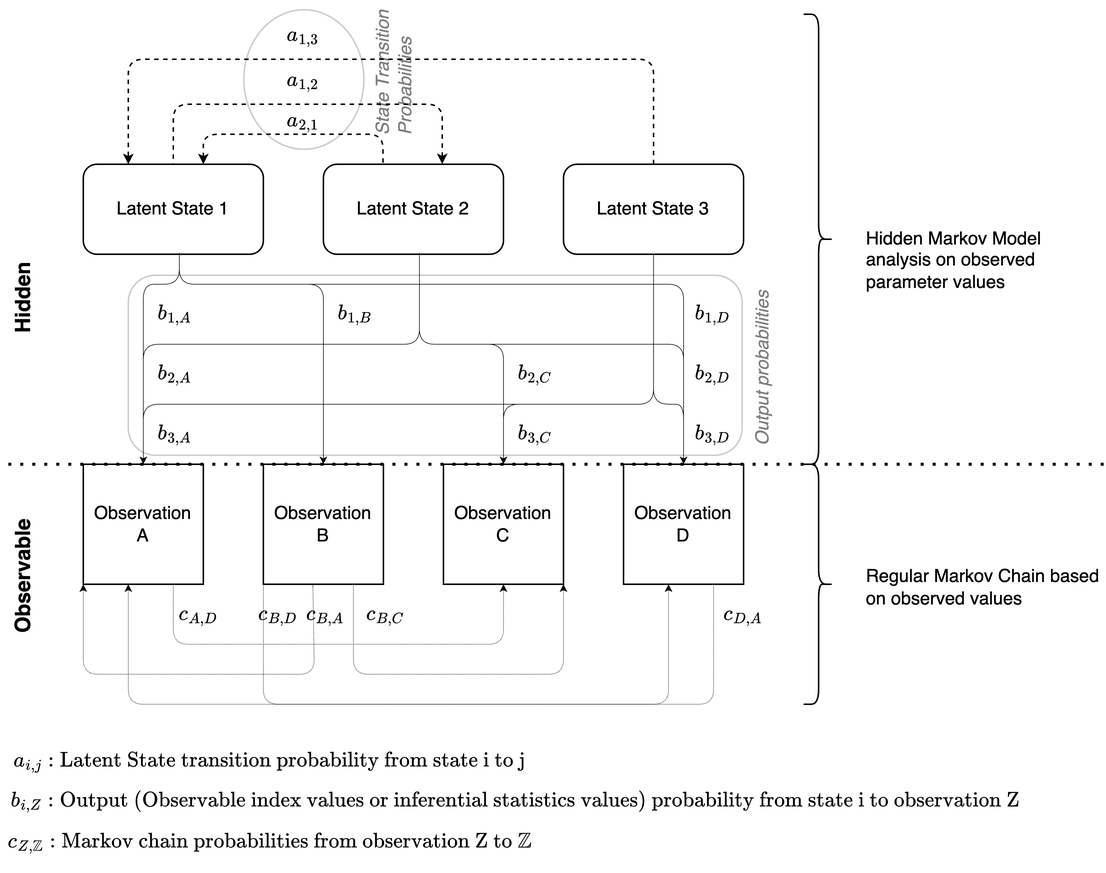
Before: public/images/HiddenMarkov.png, a diagram exported from draw.io (christopheraung/portfolio). Source tidied: cells renumbered, new cells last; positions are measured from the earlier drawing's top-left corner, leaving out a move shared by most shapes. The source it was exported from:
```xml
<mxGraphModel math="1">
  <root>
    <mxCell id="0" />
    <mxCell id="1" parent="0" />
    <mxCell id="2" value="Latent State 1" style="rounded=1;whiteSpace=wrap;html=1;" parent="1" vertex="1">
      <mxGeometry x="90" y="101" width="120" height="60" as="geometry" />
    </mxCell>
    <mxCell id="3" value="Latent State 2" style="rounded=1;whiteSpace=wrap;html=1;" parent="1" vertex="1">
      <mxGeometry x="250" y="101" width="120" height="60" as="geometry" />
    </mxCell>
    <mxCell id="4" style="edgeStyle=orthogonalEdgeStyle;rounded=1;jettySize=auto;html=1;entryX=0.25;entryY=0;entryDx=0;entryDy=0;curved=0;startSize=3.937;endSize=3.937;dashed=1;exitX=0.5;exitY=0;exitDx=0;exitDy=0;" parent="1" edge="1" source="6" target="2">
      <mxGeometry relative="1" as="geometry">
        <Array as="points">
          <mxPoint x="470" y="31" />
          <mxPoint x="120" y="31" />
        </Array>
      </mxGeometry>
    </mxCell>
    <mxCell id="5" style="edgeStyle=orthogonalEdgeStyle;rounded=1;jettySize=auto;html=1;entryX=0.5;entryY=0;entryDx=0;entryDy=0;strokeWidth=0.3937;endSize=3.937;startSize=3.937;exitX=0.5;exitY=1;exitDx=0;exitDy=0;curved=0;" parent="1" edge="1" source="6" target="15">
      <mxGeometry relative="1" as="geometry">
        <Array as="points">
          <mxPoint x="470" y="261" />
          <mxPoint x="490" y="261" />
        </Array>
      </mxGeometry>
    </mxCell>
    <mxCell id="6" value="Latent State 3" style="rounded=1;whiteSpace=wrap;html=1;" parent="1" vertex="1">
      <mxGeometry x="410" y="101" width="120" height="60" as="geometry" />
    </mxCell>
    <mxCell id="7" style="edgeStyle=orthogonalEdgeStyle;rounded=1;jettySize=auto;html=1;entryX=0.672;entryY=0.006;entryDx=0;entryDy=0;curved=0;startSize=3.937;endSize=3.937;dashed=1;exitX=0.331;exitY=-0.017;exitDx=0;exitDy=0;entryPerimeter=0;exitPerimeter=0;" parent="1" edge="1" source="3" target="2">
      <mxGeometry relative="1" as="geometry">
        <Array as="points">
          <mxPoint x="290" y="81" />
          <mxPoint x="170" y="81" />
          <mxPoint x="170" y="101" />
          <mxPoint x="171" y="101" />
        </Array>
      </mxGeometry>
    </mxCell>
    <mxCell id="8" style="edgeStyle=orthogonalEdgeStyle;rounded=1;jettySize=auto;html=1;curved=0;startSize=3.937;endSize=3.937;dashed=1;exitX=0.66;exitY=-0.002;exitDx=0;exitDy=0;exitPerimeter=0;entryX=0.5;entryY=0;entryDx=0;entryDy=0;startArrow=classic;startFill=1;endArrow=none;endFill=0;" parent="1" edge="1" source="3" target="2">
      <mxGeometry relative="1" as="geometry">
        <Array as="points">
          <mxPoint x="329" y="61" />
          <mxPoint x="150" y="61" />
        </Array>
      </mxGeometry>
    </mxCell>
    <mxCell id="9" value="$$a_{1,2}$$" style="text;html=1;align=center;verticalAlign=middle;whiteSpace=wrap;rounded=0;" parent="1" vertex="1">
      <mxGeometry x="207" y="30" width="60" height="30" as="geometry" />
    </mxCell>
    <mxCell id="10" value="$$a_{2,1}$$" style="text;html=1;align=center;verticalAlign=middle;whiteSpace=wrap;rounded=0;" parent="1" vertex="1">
      <mxGeometry x="207" y="57" width="60" height="30" as="geometry" />
    </mxCell>
    <mxCell id="11" value="$$a_{1,3}$$" style="text;html=1;align=center;verticalAlign=middle;whiteSpace=wrap;rounded=0;" parent="1" vertex="1">
      <mxGeometry x="207" width="60" height="30" as="geometry" />
    </mxCell>
    <mxCell id="12" value="Observation&lt;div&gt;A&lt;/div&gt;" style="whiteSpace=wrap;html=1;" parent="1" vertex="1">
      <mxGeometry x="90" y="301" width="80" height="80" as="geometry" />
    </mxCell>
    <mxCell id="13" value="Observation&lt;div&gt;B&lt;/div&gt;" style="whiteSpace=wrap;html=1;" parent="1" vertex="1">
      <mxGeometry x="210" y="301" width="80" height="80" as="geometry" />
    </mxCell>
    <mxCell id="14" value="Observation&lt;div&gt;C&lt;/div&gt;" style="whiteSpace=wrap;html=1;" parent="1" vertex="1">
      <mxGeometry x="330" y="301" width="80" height="80" as="geometry" />
    </mxCell>
    <mxCell id="15" value="Observation&lt;div&gt;D&lt;/div&gt;" style="whiteSpace=wrap;html=1;" parent="1" vertex="1">
      <mxGeometry x="450" y="301" width="80" height="80" as="geometry" />
    </mxCell>
    <mxCell id="16" style="edgeStyle=orthogonalEdgeStyle;rounded=1;jettySize=auto;html=1;entryX=0.5;entryY=0;entryDx=0;entryDy=0;strokeWidth=0.3937;endSize=3.937;startSize=3.937;exitX=0.5;exitY=1;exitDx=0;exitDy=0;curved=0;" parent="1" edge="1" source="6" target="14">
      <mxGeometry relative="1" as="geometry">
        <Array as="points">
          <mxPoint x="470" y="261" />
          <mxPoint x="370" y="261" />
        </Array>
      </mxGeometry>
    </mxCell>
    <mxCell id="17" style="edgeStyle=orthogonalEdgeStyle;rounded=1;jettySize=auto;html=1;entryX=0.5;entryY=0;entryDx=0;entryDy=0;strokeWidth=0.3937;endSize=3.937;startSize=3.937;exitX=0.5;exitY=1;exitDx=0;exitDy=0;curved=0;" parent="1" edge="1" source="6" target="12">
      <mxGeometry relative="1" as="geometry">
        <Array as="points">
          <mxPoint x="470" y="261" />
          <mxPoint x="130" y="261" />
        </Array>
      </mxGeometry>
    </mxCell>
    <mxCell id="18" style="edgeStyle=orthogonalEdgeStyle;rounded=1;jettySize=auto;html=1;entryX=0.5;entryY=0;entryDx=0;entryDy=0;strokeWidth=0.3937;endSize=3.937;startSize=3.937;exitX=0.665;exitY=0.988;exitDx=0;exitDy=0;curved=0;exitPerimeter=0;" parent="1" edge="1" target="14">
      <mxGeometry relative="1" as="geometry">
        <mxPoint x="314" y="160" as="sourcePoint" />
        <Array as="points">
          <mxPoint x="314" y="221" />
          <mxPoint x="370" y="221" />
        </Array>
      </mxGeometry>
    </mxCell>
    <mxCell id="19" style="edgeStyle=orthogonalEdgeStyle;rounded=1;orthogonalLoop=1;jettySize=auto;html=1;entryX=0.5;entryY=0;entryDx=0;entryDy=0;strokeWidth=0.3937;endSize=3.937;startSize=3.937;exitX=0.665;exitY=0.988;exitDx=0;exitDy=0;curved=0;exitPerimeter=0;" parent="1" edge="1">
      <mxGeometry relative="1" as="geometry">
        <mxPoint x="314" y="160" as="sourcePoint" />
        <mxPoint x="490" y="301" as="targetPoint" />
        <Array as="points">
          <mxPoint x="314" y="221" />
          <mxPoint x="490" y="221" />
        </Array>
      </mxGeometry>
    </mxCell>
    <mxCell id="20" style="edgeStyle=orthogonalEdgeStyle;rounded=1;jettySize=auto;html=1;entryX=0.5;entryY=0;entryDx=0;entryDy=0;strokeWidth=0.3937;endSize=3.937;startSize=3.937;exitX=0.665;exitY=0.988;exitDx=0;exitDy=0;curved=0;exitPerimeter=0;" parent="1" edge="1" target="12">
      <mxGeometry relative="1" as="geometry">
        <mxPoint x="314" y="160" as="sourcePoint" />
        <Array as="points">
          <mxPoint x="314" y="221" />
          <mxPoint x="130" y="221" />
        </Array>
      </mxGeometry>
    </mxCell>
    <mxCell id="21" style="edgeStyle=orthogonalEdgeStyle;rounded=1;jettySize=auto;html=1;entryX=0.5;entryY=0;entryDx=0;entryDy=0;strokeWidth=0.3937;endSize=3.937;startSize=3.937;exitX=0.665;exitY=0.988;exitDx=0;exitDy=0;curved=0;exitPerimeter=0;" parent="1" edge="1" target="12">
      <mxGeometry relative="1" as="geometry">
        <mxPoint x="154" y="160" as="sourcePoint" />
        <Array as="points">
          <mxPoint x="154" y="181" />
          <mxPoint x="130" y="181" />
        </Array>
      </mxGeometry>
    </mxCell>
    <mxCell id="22" style="edgeStyle=orthogonalEdgeStyle;rounded=1;jettySize=auto;html=1;entryX=0.5;entryY=0;entryDx=0;entryDy=0;strokeWidth=0.3937;endSize=3.937;startSize=3.937;exitX=0.665;exitY=0.988;exitDx=0;exitDy=0;curved=0;exitPerimeter=0;" parent="1" edge="1" target="13">
      <mxGeometry relative="1" as="geometry">
        <mxPoint x="154" y="160" as="sourcePoint" />
        <Array as="points">
          <mxPoint x="154" y="181" />
          <mxPoint x="250" y="181" />
        </Array>
      </mxGeometry>
    </mxCell>
    <mxCell id="23" style="edgeStyle=orthogonalEdgeStyle;rounded=1;jettySize=auto;html=1;strokeWidth=0.3937;endSize=3.937;startSize=3.937;exitX=0.665;exitY=0.988;exitDx=0;exitDy=0;curved=0;exitPerimeter=0;entryX=0.5;entryY=0;entryDx=0;entryDy=0;" parent="1" edge="1" target="15">
      <mxGeometry relative="1" as="geometry">
        <mxPoint x="154" y="160" as="sourcePoint" />
        <Array as="points">
          <mxPoint x="154" y="181" />
          <mxPoint x="490" y="181" />
        </Array>
      </mxGeometry>
    </mxCell>
    <mxCell id="24" value="$$b_{1,A}$$" style="text;html=1;align=center;verticalAlign=middle;whiteSpace=wrap;rounded=0;" parent="1" vertex="1">
      <mxGeometry x="121" y="186" width="60" height="30" as="geometry" />
    </mxCell>
    <mxCell id="25" value="$$b_{1,B}$$" style="text;html=1;align=center;verticalAlign=middle;whiteSpace=wrap;rounded=0;" parent="1" vertex="1">
      <mxGeometry x="241" y="186" width="60" height="30" as="geometry" />
    </mxCell>
    <mxCell id="26" value="$$b_{1,D}$$" style="text;html=1;align=center;verticalAlign=middle;whiteSpace=wrap;rounded=0;" parent="1" vertex="1">
      <mxGeometry x="480" y="186" width="60" height="30" as="geometry" />
    </mxCell>
    <mxCell id="27" value="$$b_{2,D}$$" style="text;html=1;align=center;verticalAlign=middle;whiteSpace=wrap;rounded=0;" parent="1" vertex="1">
      <mxGeometry x="480" y="226" width="60" height="30" as="geometry" />
    </mxCell>
    <mxCell id="28" value="$$b_{3,D}$$" style="text;html=1;align=center;verticalAlign=middle;whiteSpace=wrap;rounded=0;" parent="1" vertex="1">
      <mxGeometry x="480" y="266" width="60" height="30" as="geometry" />
    </mxCell>
    <mxCell id="29" value="$$b_{2,C}$$" style="text;html=1;align=center;verticalAlign=middle;whiteSpace=wrap;rounded=0;" parent="1" vertex="1">
      <mxGeometry x="361" y="226" width="60" height="30" as="geometry" />
    </mxCell>
    <mxCell id="30" value="$$b_{3,C}$$" style="text;html=1;align=center;verticalAlign=middle;whiteSpace=wrap;rounded=0;" parent="1" vertex="1">
      <mxGeometry x="361" y="266" width="60" height="30" as="geometry" />
    </mxCell>
    <mxCell id="31" value="$$b_{3,A}$$" style="text;html=1;align=center;verticalAlign=middle;whiteSpace=wrap;rounded=0;" parent="1" vertex="1">
      <mxGeometry x="121" y="266" width="60" height="30" as="geometry" />
    </mxCell>
    <mxCell id="32" value="$$b_{2,A}$$" style="text;html=1;align=center;verticalAlign=middle;whiteSpace=wrap;rounded=0;" parent="1" vertex="1">
      <mxGeometry x="121" y="226" width="60" height="30" as="geometry" />
    </mxCell>
    <mxCell id="33" style="edgeStyle=orthogonalEdgeStyle;rounded=1;jettySize=auto;html=1;entryX=0.5;entryY=1;entryDx=0;entryDy=0;strokeWidth=0.3937;endSize=3.937;startSize=3.937;exitX=0.75;exitY=1;exitDx=0;exitDy=0;curved=0;dashed=1;dashPattern=1 1;" parent="1" edge="1" source="12" target="14">
      <mxGeometry relative="1" as="geometry">
        <Array as="points">
          <mxPoint x="150" y="421" />
          <mxPoint x="370" y="421" />
        </Array>
      </mxGeometry>
    </mxCell>
    <mxCell id="34" style="edgeStyle=orthogonalEdgeStyle;rounded=1;orthogonalLoop=1;jettySize=auto;html=1;entryX=0.75;entryY=1;entryDx=0;entryDy=0;strokeWidth=0.3937;endSize=3.937;startSize=3.937;exitX=0.5;exitY=1;exitDx=0;exitDy=0;curved=0;dashed=1;dashPattern=1 1;" parent="1" edge="1">
      <mxGeometry relative="1" as="geometry">
        <mxPoint x="270" y="381" as="sourcePoint" />
        <mxPoint x="410" y="381" as="targetPoint" />
        <Array as="points">
          <mxPoint x="270" y="441" />
          <mxPoint x="410" y="441" />
        </Array>
      </mxGeometry>
    </mxCell>
    <mxCell id="35" style="edgeStyle=orthogonalEdgeStyle;rounded=1;jettySize=auto;html=1;entryX=0;entryY=1;entryDx=0;entryDy=0;strokeWidth=0.3937;endSize=3.937;startSize=3.937;exitX=0.362;exitY=1.021;exitDx=0;exitDy=0;curved=0;dashed=1;dashPattern=1 1;exitPerimeter=0;" parent="1" edge="1" target="12">
      <mxGeometry relative="1" as="geometry">
        <mxPoint x="243" y="382.7" as="sourcePoint" />
        <Array as="points">
          <mxPoint x="243" y="381" />
          <mxPoint x="244" y="381" />
          <mxPoint x="244" y="441" />
          <mxPoint x="90" y="441" />
        </Array>
      </mxGeometry>
    </mxCell>
    <mxCell id="36" style="edgeStyle=orthogonalEdgeStyle;rounded=1;orthogonalLoop=1;jettySize=auto;html=1;entryX=0.5;entryY=1;entryDx=0;entryDy=0;strokeWidth=0.3937;endSize=3.937;startSize=3.937;exitX=0.5;exitY=1;exitDx=0;exitDy=0;curved=0;dashed=1;dashPattern=1 1;" parent="1" edge="1">
      <mxGeometry relative="1" as="geometry">
        <mxPoint x="210" y="381" as="sourcePoint" />
        <mxPoint x="480" y="381" as="targetPoint" />
        <Array as="points">
          <mxPoint x="210" y="461" />
          <mxPoint x="480" y="461" />
        </Array>
      </mxGeometry>
    </mxCell>
    <mxCell id="37" style="edgeStyle=orthogonalEdgeStyle;rounded=1;orthogonalLoop=1;jettySize=auto;html=1;entryX=0.5;entryY=1;entryDx=0;entryDy=0;strokeWidth=0.3937;endSize=3.937;startSize=3.937;curved=0;dashed=1;dashPattern=1 1;endArrow=none;endFill=0;startArrow=classic;startFill=1;" parent="1" edge="1">
      <mxGeometry relative="1" as="geometry">
        <mxPoint x="120" y="381" as="sourcePoint" />
        <mxPoint x="510" y="381" as="targetPoint" />
        <Array as="points">
          <mxPoint x="120" y="381" />
          <mxPoint x="120" y="461" />
          <mxPoint x="510" y="461" />
        </Array>
      </mxGeometry>
    </mxCell>
    <mxCell id="38" value="$$c_{D,A}$$" style="text;html=1;align=center;verticalAlign=middle;whiteSpace=wrap;rounded=0;" parent="1" vertex="1">
      <mxGeometry x="500" y="386" width="60" height="30" as="geometry" />
    </mxCell>
    <mxCell id="39" value="$$c_{B,C}$$" style="text;html=1;align=center;verticalAlign=middle;whiteSpace=wrap;rounded=0;" parent="1" vertex="1">
      <mxGeometry x="262" y="386" width="60" height="30" as="geometry" />
    </mxCell>
    <mxCell id="40" value="$$c_{B,A}$$" style="text;html=1;align=center;verticalAlign=middle;whiteSpace=wrap;rounded=0;" parent="1" vertex="1">
      <mxGeometry x="222" y="386" width="60" height="30" as="geometry" />
    </mxCell>
    <mxCell id="41" value="$$c_{B,D}$$" style="text;html=1;align=center;verticalAlign=middle;whiteSpace=wrap;rounded=0;" parent="1" vertex="1">
      <mxGeometry x="190" y="386" width="60" height="30" as="geometry" />
    </mxCell>
    <mxCell id="42" value="$$c_{A,D}$$" style="text;html=1;align=center;verticalAlign=middle;whiteSpace=wrap;rounded=0;" parent="1" vertex="1">
      <mxGeometry x="137" y="386" width="60" height="30" as="geometry" />
    </mxCell>
    <mxCell id="43" style="shape=curlyBracket;whiteSpace=wrap;html=1;rounded=1;flipH=1;labelPosition=right;verticalLabelPosition=middle;align=left;verticalAlign=middle;" parent="1" vertex="1">
      <mxGeometry x="570" y="301" width="20" height="160" as="geometry" />
    </mxCell>
    <mxCell id="44" value="Regular Markov Chain based on observed values" style="text;html=1;align=left;verticalAlign=middle;whiteSpace=wrap;rounded=0;" parent="1" vertex="1">
      <mxGeometry x="610" y="367.9" width="160" height="30" as="geometry" />
    </mxCell>
    <mxCell id="45" style="ellipse;whiteSpace=wrap;html=1;fillColor=none;rotation=-90;opacity=20;" parent="1" vertex="1">
      <mxGeometry x="190.5" y="4.5" width="93" height="80" as="geometry" />
    </mxCell>
    <mxCell id="46" value="State Transition&lt;div&gt;Probabilities&lt;/div&gt;" style="text;html=1;align=left;verticalAlign=middle;whiteSpace=wrap;rounded=0;fontStyle=2;textOpacity=50;rotation=-90;" parent="1" vertex="1">
      <mxGeometry x="250.5" y="22.5" width="93" height="30" as="geometry" />
    </mxCell>
    <mxCell id="47" style="rounded=1;whiteSpace=wrap;html=1;fillColor=none;opacity=20;" parent="1" vertex="1">
      <mxGeometry x="120" y="175" width="409" height="120" as="geometry" />
    </mxCell>
    <mxCell id="48" value="Output probabilities" style="text;html=1;align=left;verticalAlign=middle;whiteSpace=wrap;rounded=0;fontStyle=2;textOpacity=50;rotation=-90;" parent="1" vertex="1">
      <mxGeometry x="488" y="221" width="110" height="30" as="geometry" />
    </mxCell>
    <mxCell id="49" style="shape=curlyBracket;whiteSpace=wrap;html=1;rounded=1;flipH=1;labelPosition=right;verticalLabelPosition=middle;align=left;verticalAlign=middle;" parent="1" vertex="1">
      <mxGeometry x="570" y="1" width="20" height="300" as="geometry" />
    </mxCell>
    <mxCell id="50" value="Hidden Markov Model analysis on observed parameter values" style="text;html=1;align=left;verticalAlign=middle;whiteSpace=wrap;rounded=0;" parent="1" vertex="1">
      <mxGeometry x="610" y="150" width="160" height="30" as="geometry" />
    </mxCell>
    <mxCell id="51" value="Observable" style="text;html=1;align=left;verticalAlign=middle;whiteSpace=wrap;rounded=0;fontStyle=1;fontSize=14;rotation=-90;" parent="1" vertex="1">
      <mxGeometry y="351" width="100" height="30" as="geometry" />
    </mxCell>
    <mxCell id="52" value="Hidden" style="text;html=1;align=left;verticalAlign=middle;whiteSpace=wrap;rounded=0;fontStyle=1;fontSize=14;rotation=-90;" parent="1" vertex="1">
      <mxGeometry y="151" width="100" height="30" as="geometry" />
    </mxCell>
    <mxCell id="53" style="endArrow=none;dashed=1;html=1;dashPattern=1 3;strokeWidth=2;rounded=0;" parent="1" edge="1">
      <mxGeometry relative="1" as="geometry">
        <mxPoint x="770" y="301" as="sourcePoint" />
        <mxPoint x="40" y="301" as="targetPoint" />
      </mxGeometry>
    </mxCell>
    <mxCell id="54" value="$$a_{i,j}: \text{Latent State transition probability from state i to j}$$" style="text;html=1;align=center;verticalAlign=middle;whiteSpace=wrap;rounded=0;" parent="1" vertex="1">
      <mxGeometry x="38" y="484" width="354" height="30" as="geometry" />
    </mxCell>
    <mxCell id="55" value="$$b_{i,Z}: \text{Output (Observable index values or inferential statistics values) probability from state i to observation Z}$$" style="text;html=1;align=center;verticalAlign=middle;whiteSpace=wrap;rounded=0;" parent="1" vertex="1">
      <mxGeometry x="201" y="511" width="354" height="30" as="geometry" />
    </mxCell>
    <mxCell id="56" value="$$c_{Z,\mathbb{Z}}: \text{Markov chain probabilities from observation Z to } \mathbb{Z}$$" style="text;html=1;align=center;verticalAlign=middle;whiteSpace=wrap;rounded=0;" parent="1" vertex="1">
      <mxGeometry x="38" y="538" width="354" height="30" as="geometry" />
    </mxCell>
  </root>
</mxGraphModel>
```
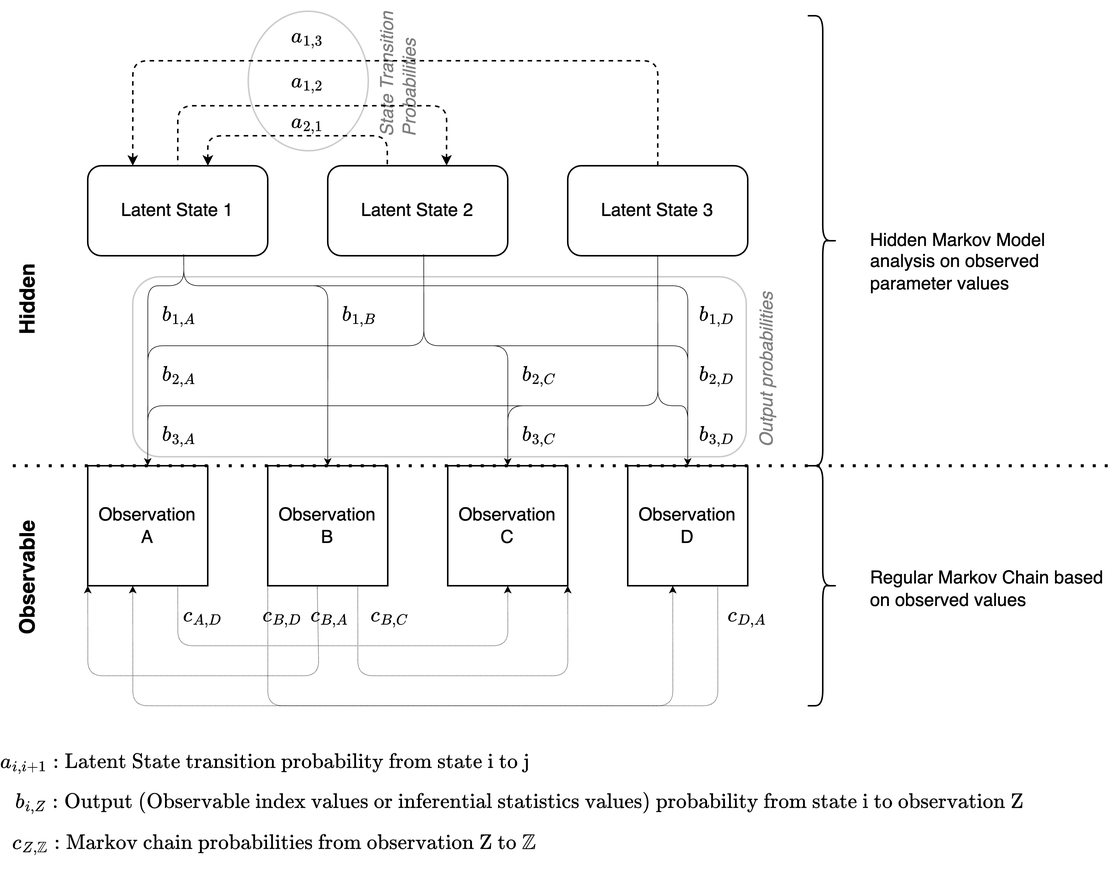
The same file after the commit.

Change to the diagram source:
```diff
@@ -265,8 +265,8 @@
         <mxPoint x="40" y="301" as="targetPoint" />
       </mxGeometry>
     </mxCell>
-    <mxCell id="54" value="$$a_{i,j}: \text{Latent State transition probability from state i to j}$$" style="text;html=1;align=center;verticalAlign=middle;whiteSpace=wrap;rounded=0;" parent="1" vertex="1">
-      <mxGeometry x="38" y="484" width="354" height="30" as="geometry" />
+    <mxCell id="54" value="$$a_{i,i+1}: \text{Latent State transition probability from state i to j}$$" style="text;html=1;align=center;verticalAlign=middle;whiteSpace=wrap;rounded=0;" parent="1" vertex="1">
+      <mxGeometry x="32" y="484" width="354" height="30" as="geometry" />
     </mxCell>
     <mxCell id="55" value="$$b_{i,Z}: \text{Output (Observable index values or inferential statistics values) probability from state i to observation Z}$$" style="text;html=1;align=center;verticalAlign=middle;whiteSpace=wrap;rounded=0;" parent="1" vertex="1">
       <mxGeometry x="201" y="511" width="354" height="30" as="geometry" />
```
